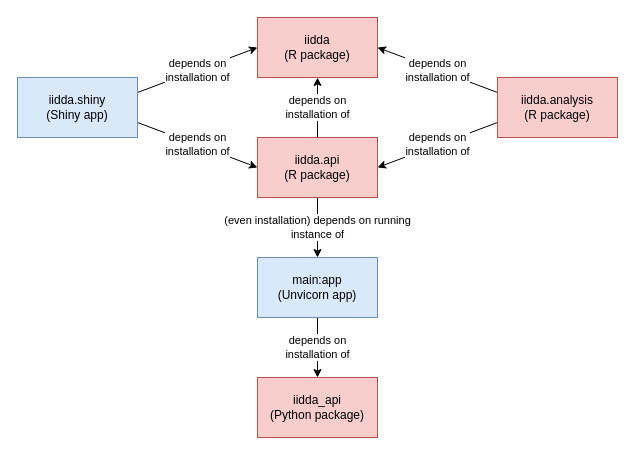
This is notes/dependency_relationships/dependency_relationships.drawio from canmod/iidda-tools, a draw.io file, before an edit. Source tidied: cells renumbered, new cells numbered last; positions are measured from the earlier drawing's top-left corner, leaving out a move shared by most shapes. Both pictures are drawn from the tidied source at 100%, with x=0, y=0 at pixel (17, 17).
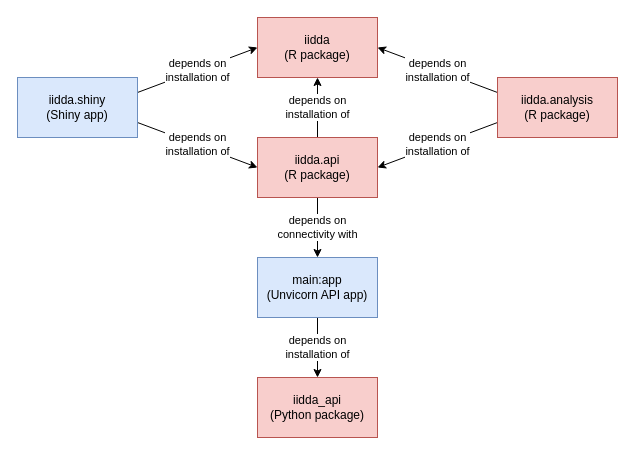
The same diagram, later.

Commit message (it also covers changes not shown here):
dependency relationships clarification

The edit, as a diff of the source:
```diff
@@
 <mxGraphModel>
   <root>
     <mxCell id="0" />
     <mxCell id="1" parent="0" />
     <mxCell id="2" value="iidda&lt;br&gt;(R package)" style="rounded=0;whiteSpace=wrap;html=1;fillColor=#f8cecc;strokeColor=#b85450;" parent="1" vertex="1">
       <mxGeometry x="240" width="120" height="60" as="geometry" />
     </mxCell>
     <mxCell id="3" value="depends on&lt;br&gt;installation of" style="edgeStyle=none;html=1;exitX=0;exitY=0.25;exitDx=0;exitDy=0;entryX=1;entryY=0.5;entryDx=0;entryDy=0;" parent="1" edge="1" source="5" target="2">
       <mxGeometry relative="1" as="geometry" />
     </mxCell>
     <mxCell id="4" value="depends on&lt;br&gt;installation of" style="edgeStyle=none;html=1;exitX=0;exitY=0.75;exitDx=0;exitDy=0;entryX=1;entryY=0.5;entryDx=0;entryDy=0;" parent="1" edge="1" source="5" target="9">
       <mxGeometry relative="1" as="geometry" />
     </mxCell>
     <mxCell id="5" value="iidda.analysis&lt;br&gt;(R package)" style="rounded=0;whiteSpace=wrap;html=1;fillColor=#f8cecc;strokeColor=#b85450;" parent="1" vertex="1">
       <mxGeometry x="480" y="60" width="120" height="60" as="geometry" />
     </mxCell>
     <mxCell id="6" value="iidda_api&lt;br&gt;(Python package)" style="rounded=0;whiteSpace=wrap;html=1;fillColor=#f8cecc;strokeColor=#b85450;" parent="1" vertex="1">
       <mxGeometry x="240" y="360" width="120" height="60" as="geometry" />
     </mxCell>
-    <mxCell id="7" value="(even installation) depends on running&lt;br&gt;instance of" style="edgeStyle=none;html=1;exitX=0.5;exitY=1;exitDx=0;exitDy=0;entryX=0.5;entryY=0;entryDx=0;entryDy=0;" parent="1" edge="1" source="9" target="14">
+    <mxCell id="7" value="depends on&lt;br&gt;connectivity with" style="edgeStyle=none;html=1;exitX=0.5;exitY=1;exitDx=0;exitDy=0;entryX=0.5;entryY=0;entryDx=0;entryDy=0;" parent="1" edge="1" source="9" target="14">
       <mxGeometry relative="1" as="geometry" />
     </mxCell>
     <mxCell id="8" value="depends on&lt;br&gt;installation of" style="edgeStyle=none;html=1;exitX=0.5;exitY=0;exitDx=0;exitDy=0;entryX=0.5;entryY=1;entryDx=0;entryDy=0;" parent="1" edge="1" source="9" target="2">
       <mxGeometry relative="1" as="geometry" />
     </mxCell>
     <mxCell id="9" value="iidda.api&lt;br&gt;(R package)" style="rounded=0;whiteSpace=wrap;html=1;fillColor=#f8cecc;strokeColor=#b85450;" parent="1" vertex="1">
       <mxGeometry x="240" y="120" width="120" height="60" as="geometry" />
     </mxCell>
     <mxCell id="10" value="depends on&lt;br&gt;installation of" style="edgeStyle=none;html=1;exitX=1;exitY=0.25;exitDx=0;exitDy=0;entryX=0;entryY=0.5;entryDx=0;entryDy=0;" parent="1" edge="1" source="12" target="2">
       <mxGeometry relative="1" as="geometry" />
     </mxCell>
     <mxCell id="11" value="depends on&lt;br&gt;installation of" style="edgeStyle=none;html=1;exitX=1;exitY=0.75;exitDx=0;exitDy=0;entryX=0;entryY=0.5;entryDx=0;entryDy=0;" parent="1" edge="1" source="12" target="9">
       <mxGeometry relative="1" as="geometry" />
     </mxCell>
     <mxCell id="12" value="iidda.shiny&lt;br&gt;(Shiny app)" style="rounded=0;whiteSpace=wrap;html=1;fillColor=#dae8fc;strokeColor=#6c8ebf;" parent="1" vertex="1">
       <mxGeometry y="60" width="120" height="60" as="geometry" />
     </mxCell>
     <mxCell id="13" value="depends on&lt;br&gt;installation of" style="edgeStyle=none;html=1;exitX=0.5;exitY=1;exitDx=0;exitDy=0;entryX=0.5;entryY=0;entryDx=0;entryDy=0;" parent="1" edge="1" source="14" target="6">
       <mxGeometry relative="1" as="geometry" />
     </mxCell>
-    <mxCell id="14" value="main:app&lt;br&gt;(Unvicorn app)" style="rounded=0;whiteSpace=wrap;html=1;fillColor=#dae8fc;strokeColor=#6c8ebf;" parent="1" vertex="1">
+    <mxCell id="14" value="main:app&lt;br&gt;(Unvicorn API app)" style="rounded=0;whiteSpace=wrap;html=1;fillColor=#dae8fc;strokeColor=#6c8ebf;" parent="1" vertex="1">
       <mxGeometry x="240" y="240" width="120" height="60" as="geometry" />
     </mxCell>
   </root>
 </mxGraphModel>
```
